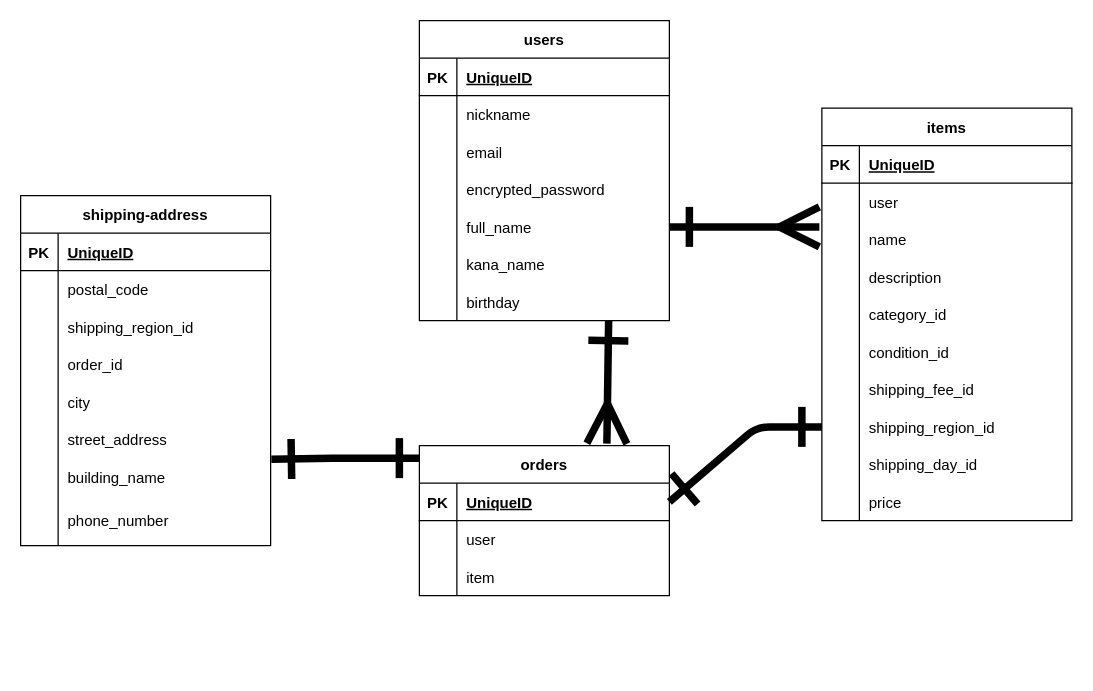
The draw.io diagram furima.dio in morozoff0613/furima-39320, before the edit. Source tidied: cells renumbered, new cells numbered last; positions are measured from the earlier drawing's top-left corner, leaving out a move shared by most shapes. Both pictures are drawn from the tidied source at 125%, with x=0, y=0 at pixel (20, 20).
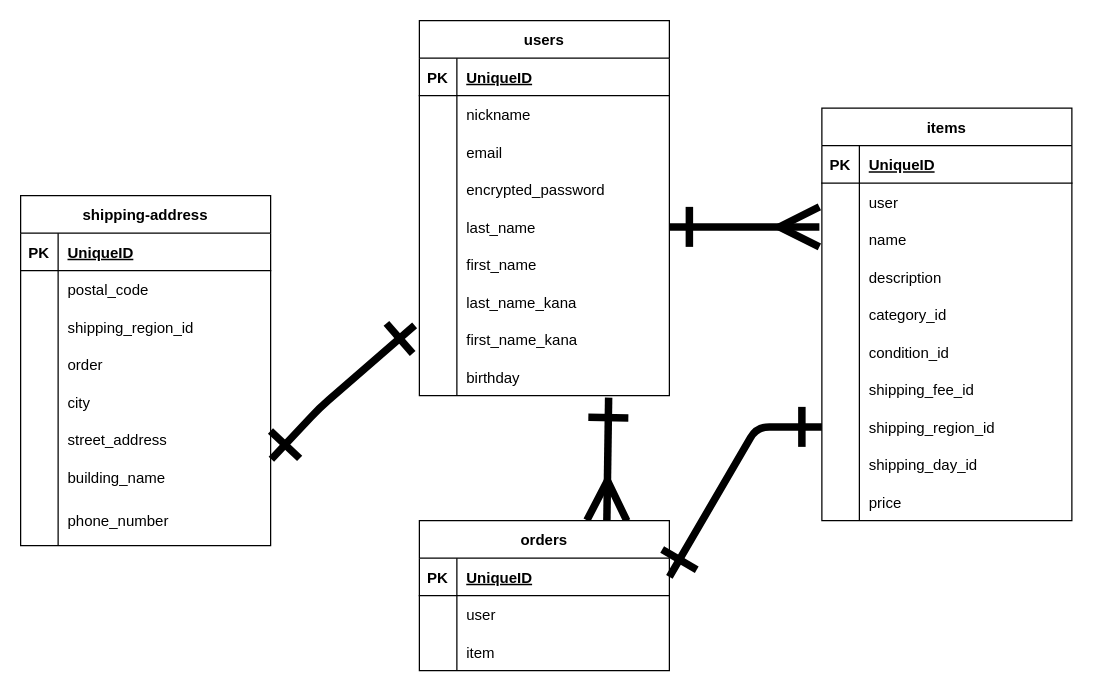
Above is the later version.

Commit message (it also covers changes not shown here):
データベースの設計（修正3）

The change refers to these unchanged cells:
```xml
<mxCell id="13" style="shape=tableRow;horizontal=0;startSize=0;swimlaneHead=0;swimlaneBody=0;fillColor=none;top=0;left=0;right=0;bottom=0;" parent="3" vertex="1">
  <mxGeometry y="120" width="200" height="30" as="geometry" />
</mxCell>
<mxCell id="22" style="shape=tableRow;horizontal=0;startSize=0;swimlaneHead=0;swimlaneBody=0;fillColor=none;points=[[0,0.5],[1,0.5]];portConstraint=eastwest;top=0;left=0;right=0;bottom=0;" parent="3" vertex="1">
  <mxGeometry y="210" width="200" height="30" as="geometry" />
</mxCell>
<mxCell id="83" style="shape=tableRow;horizontal=0;startSize=0;swimlaneHead=0;swimlaneBody=0;fillColor=none;points=[[0,0.5],[1,0.5]];portConstraint=eastwest;top=0;left=0;right=0;bottom=0;" parent="70" vertex="1">
  <mxGeometry y="150" width="200" height="30" as="geometry" />
</mxCell>
<mxCell id="86" style="shape=tableRow;horizontal=0;startSize=0;swimlaneHead=0;swimlaneBody=0;fillColor=none;top=0;left=0;right=0;bottom=0;" parent="70" vertex="1">
  <mxGeometry y="180" width="200" height="30" as="geometry" />
</mxCell>
```

Change to the diagram source:
```diff
@@
-    <mxCell id="2" style="edgeStyle=none;rounded=1;html=1;entryX=1.003;entryY=0.031;entryDx=0;entryDy=0;entryPerimeter=0;strokeWidth=6;startArrow=ERone;startFill=0;endArrow=ERone;endFill=0;startSize=25;endSize=25;sourcePerimeterSpacing=25;targetPerimeterSpacing=25;" parent="1" edge="1" target="22">
+    <mxCell id="2" style="edgeStyle=none;rounded=1;html=1;entryX=1.003;entryY=0.031;entryDx=0;entryDy=0;entryPerimeter=0;strokeWidth=6;startArrow=ERone;startFill=0;endArrow=ERone;endFill=0;startSize=25;endSize=25;sourcePerimeterSpacing=25;targetPerimeterSpacing=25;exitX=-0.019;exitY=0.125;exitDx=0;exitDy=0;exitPerimeter=0;" parent="1" edge="1" source="97" target="22">
       <mxGeometry relative="1" as="geometry">
-        <mxPoint x="319" y="350" as="sourcePoint" />
         <Array as="points">
-          <mxPoint x="289" y="350" />
-          <mxPoint x="259" y="350" />
+          <mxPoint x="239" y="310" />
         </Array>
       </mxGeometry>
     </mxCell>
@@
-    <mxCell id="15" value="order_id" style="shape=partialRectangle;fillColor=none;top=0;left=0;bottom=0;right=0;align=left;spacingLeft=6;overflow=hidden;" parent="13" vertex="1">
+    <mxCell id="15" value="order" style="shape=partialRectangle;fillColor=none;top=0;left=0;bottom=0;right=0;align=left;spacingLeft=6;overflow=hidden;" parent="13" vertex="1">
       <mxGeometry x="30" width="170" height="30" as="geometry" />
     </mxCell>
@@
     <mxCell id="28" style="edgeStyle=none;rounded=1;html=1;entryX=0.757;entryY=1.08;entryDx=0;entryDy=0;entryPerimeter=0;strokeWidth=6;endArrow=ERone;endFill=0;startSize=25;endSize=25;targetPerimeterSpacing=25;startArrow=ERmany;startFill=0;sourcePerimeterSpacing=25;" parent="1" edge="1">
       <mxGeometry relative="1" as="geometry">
-        <mxPoint x="469" y="338.4" as="sourcePoint" />
-        <mxPoint x="470.4" y="240" as="targetPoint" />
+        <mxPoint x="469" y="400" as="sourcePoint" />
+        <mxPoint x="470.4" y="301.6" as="targetPoint" />
       </mxGeometry>
     </mxCell>
     <mxCell id="29" value="orders" style="shape=table;startSize=30;childLayout=tableLayout;rowLines=0;fontStyle=1;align=center;" parent="1" vertex="1">
-      <mxGeometry x="319" y="340" width="200" height="120" as="geometry" />
+      <mxGeometry x="319" y="400" width="200" height="120" as="geometry" />
     </mxCell>
@@
     <mxCell id="70" value="users" style="shape=table;startSize=30;childLayout=tableLayout;rowLines=0;fontStyle=1;align=center;" parent="1" vertex="1">
-      <mxGeometry x="319" width="200" height="240" as="geometry" />
+      <mxGeometry x="319" width="200" height="300" as="geometry" />
     </mxCell>
@@
-    <mxCell id="85" value="full_name" style="shape=partialRectangle;fillColor=none;top=0;left=0;bottom=0;right=0;align=left;spacingLeft=6;overflow=hidden;" parent="83" vertex="1">
+    <mxCell id="85" value="last_name" style="shape=partialRectangle;fillColor=none;top=0;left=0;bottom=0;right=0;align=left;spacingLeft=6;overflow=hidden;" parent="83" vertex="1">
       <mxGeometry x="30" width="170" height="30" as="geometry" />
     </mxCell>
@@
-    <mxCell id="88" value="kana_name" style="shape=partialRectangle;fillColor=none;top=0;left=0;bottom=0;right=0;align=left;spacingLeft=6;overflow=hidden;" parent="86" vertex="1">
+    <mxCell id="88" value="first_name" style="shape=partialRectangle;fillColor=none;top=0;left=0;bottom=0;right=0;align=left;spacingLeft=6;overflow=hidden;" parent="86" vertex="1">
       <mxGeometry x="30" width="170" height="30" as="geometry" />
     </mxCell>
+    <mxCell id="94" style="shape=tableRow;horizontal=0;startSize=0;swimlaneHead=0;swimlaneBody=0;fillColor=none;top=0;left=0;right=0;bottom=0;" parent="70" vertex="1">
+      <mxGeometry y="210" width="200" height="30" as="geometry" />
+    </mxCell>
+    <mxCell id="95" style="shape=partialRectangle;fillColor=none;top=0;left=0;bottom=0;right=0;overflow=hidden;" parent="94" vertex="1">
+      <mxGeometry width="30" height="30" as="geometry" />
+    </mxCell>
+    <mxCell id="96" value="last_name_kana" style="shape=partialRectangle;fillColor=none;top=0;left=0;bottom=0;right=0;align=left;spacingLeft=6;overflow=hidden;" parent="94" vertex="1">
+      <mxGeometry x="30" width="170" height="30" as="geometry" />
+    </mxCell>
+    <mxCell id="97" style="shape=tableRow;horizontal=0;startSize=0;swimlaneHead=0;swimlaneBody=0;fillColor=none;points=[[0,0.5],[1,0.5]];portConstraint=eastwest;top=0;left=0;right=0;bottom=0;" parent="70" vertex="1">
+      <mxGeometry y="240" width="200" height="30" as="geometry" />
+    </mxCell>
+    <mxCell id="98" style="shape=partialRectangle;fillColor=none;top=0;left=0;bottom=0;right=0;overflow=hidden;" parent="97" vertex="1">
+      <mxGeometry width="30" height="30" as="geometry" />
+    </mxCell>
+    <mxCell id="99" value="first_name_kana" style="shape=partialRectangle;fillColor=none;top=0;left=0;bottom=0;right=0;align=left;spacingLeft=6;overflow=hidden;" parent="97" vertex="1">
+      <mxGeometry x="30" width="170" height="30" as="geometry" />
+    </mxCell>
     <mxCell id="89" style="shape=tableRow;horizontal=0;startSize=0;swimlaneHead=0;swimlaneBody=0;fillColor=none;top=0;left=0;right=0;bottom=0;" parent="70" vertex="1">
-      <mxGeometry y="210" width="200" height="30" as="geometry" />
+      <mxGeometry y="270" width="200" height="30" as="geometry" />
     </mxCell>
```
